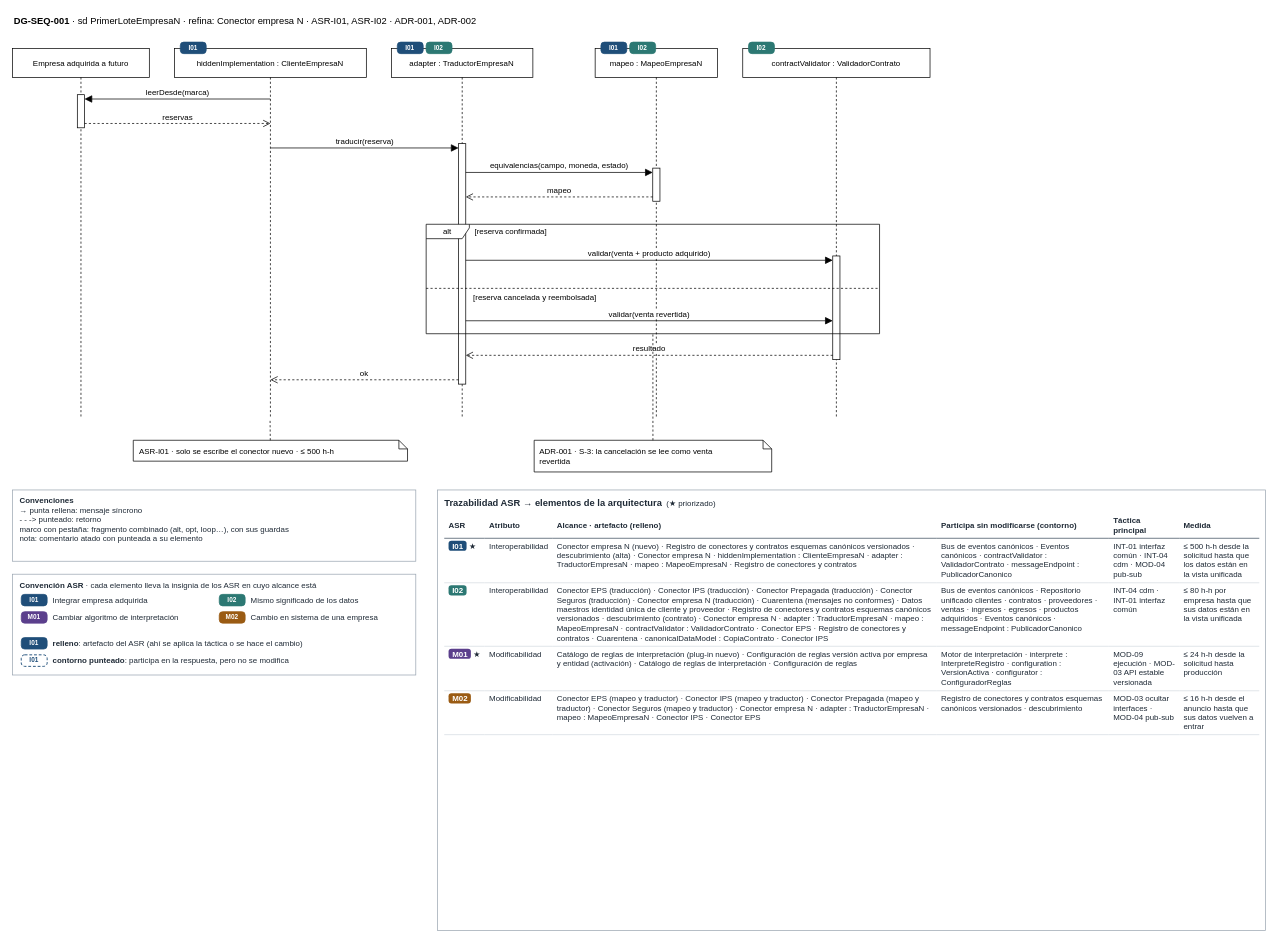
The draw.io diagram page "DG-SEQ-001 · Conector empresa N: el primer lote" (4 of 13) of docs/modelos/drawio/Reto3-Vista-Componentes.drawio in MATI-MBIT/arqsoft-reto-3, before the edit. Source tidied: cells renumbered, new cells numbered last; positions are measured from the earlier drawing's top-left corner, leaving out a move shared by most shapes. Both pictures are drawn from the tidied source at 72%, with x=0, y=0 at pixel (12, 12).
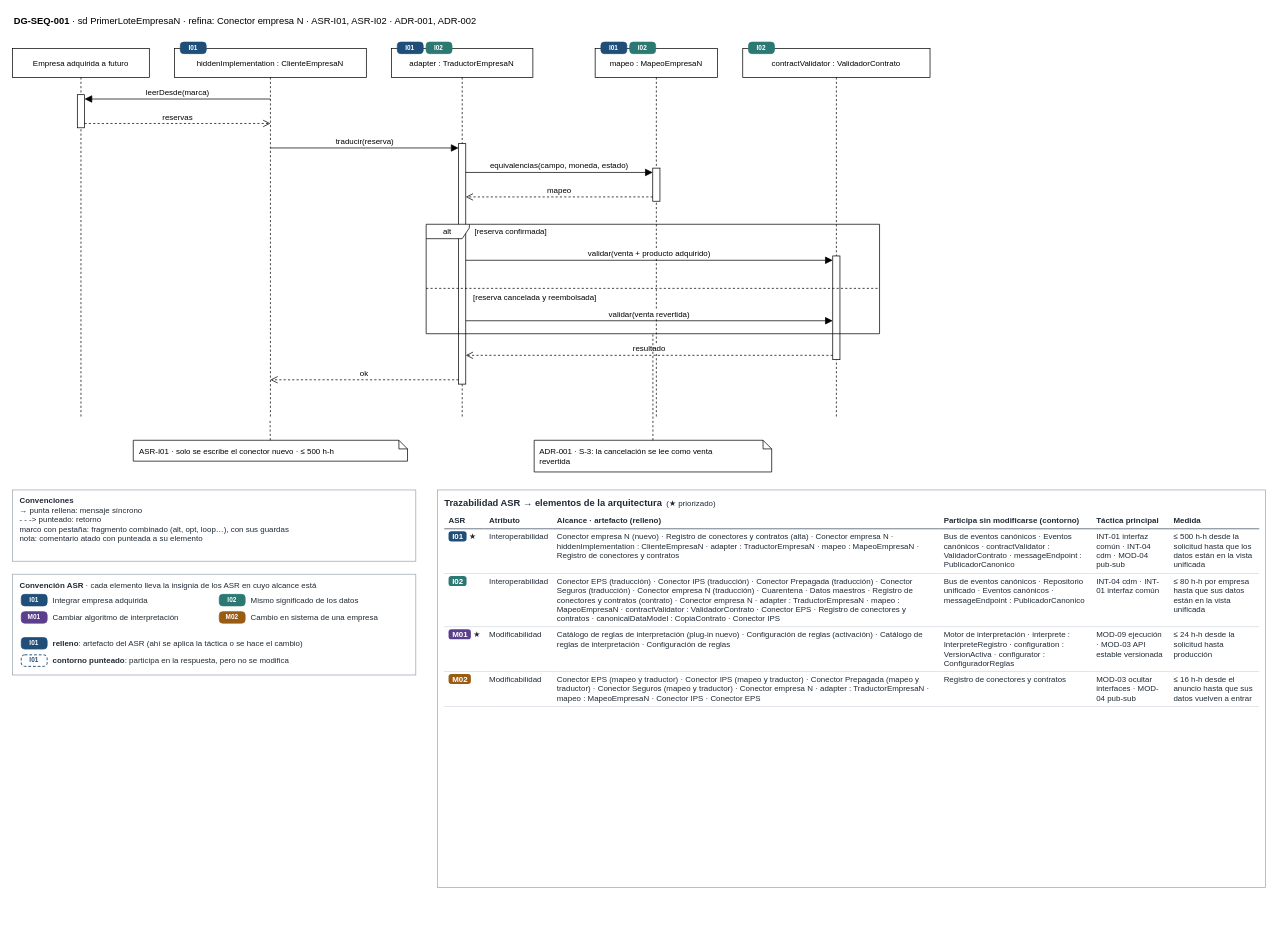
The same diagram, later.

What changed in the source:
```diff
@@
-    <mxCell id="49" value="&lt;b style=&quot;font-size:13px&quot;&gt;Trazabilidad ASR → elementos de la arquitectura&lt;/b&gt; &amp;nbsp;(★ priorizado)&lt;table style=&quot;border-collapse:collapse;width:100%;margin-top:6px;font-size:11px&quot;&gt;&lt;tr&gt;&lt;th style=&quot;border-bottom:1.5px solid #3B4B5C;text-align:left;padding:4px 6px&quot;&gt;ASR&lt;/th&gt;&lt;th style=&quot;border-bottom:1.5px solid #3B4B5C;text-align:left;padding:4px 6px&quot;&gt;Atributo&lt;/th&gt;&lt;th style=&quot;border-bottom:1.5px solid #3B4B5C;text-align:left;padding:4px 6px&quot;&gt;Alcance · artefacto (relleno)&lt;/th&gt;&lt;th style=&quot;border-bottom:1.5px solid #3B4B5C;text-align:left;padding:4px 6px&quot;&gt;Participa sin modificarse (contorno)&lt;/th&gt;&lt;th style=&quot;border-bottom:1.5px solid #3B4B5C;text-align:left;padding:4px 6px&quot;&gt;Táctica principal&lt;/th&gt;&lt;th style=&quot;border-bottom:1.5px solid #3B4B5C;text-align:left;padding:4px 6px&quot;&gt;Medida&lt;/th&gt;&lt;/tr&gt;&lt;tr&gt;&lt;td style=&quot;border-bottom:1px solid #D5DBE1;padding:4px 6px;vertical-align:top;white-space:nowrap&quot;&gt;&lt;span style=&quot;background:#1F4E79;color:#fff;font-weight:bold;padding:1px 5px;border-radius:4px&quot;&gt;I01&lt;/span&gt; ★&lt;/td&gt;&lt;td style=&quot;border-bottom:1px solid #D5DBE1;padding:4px 6px;vertical-align:top&quot;&gt;Interoperabilidad&lt;/td&gt;&lt;td style=&quot;border-bottom:1px solid #D5DBE1;padding:4px 6px;vertical-align:top&quot;&gt;Conector empresa N (nuevo) · Registro de conectores y contratos esquemas canónicos versionados · descubrimiento (alta) · Conector empresa N · hiddenImplementation : ClienteEmpresaN · adapter : TraductorEmpresaN · mapeo : MapeoEmpresaN · Registro de conectores y contratos&lt;/td&gt;&lt;td style=&quot;border-bottom:1px solid #D5DBE1;padding:4px 6px;vertical-align:top&quot;&gt;Bus de eventos canónicos · Eventos canónicos · contractValidator : ValidadorContrato · messageEndpoint : PublicadorCanonico&lt;/td&gt;&lt;td style=&quot;border-bottom:1px solid #D5DBE1;padding:4px 6px;vertical-align:top&quot;&gt;INT-01 interfaz común · INT-04 cdm · MOD-04 pub-sub&lt;/td&gt;&lt;td style=&quot;border-bottom:1px solid #D5DBE1;padding:4px 6px;vertical-align:top&quot;&gt;≤ 500 h-h desde la solicitud hasta que los datos están en la vista unificada&lt;/td&gt;&lt;/tr&gt;&lt;tr&gt;&lt;td style=&quot;border-bottom:1px solid #D5DBE1;padding:4px 6px;vertical-align:top;white-space:nowrap&quot;&gt;&lt;span style=&quot;background:#2C7873;color:#fff;font-weight:bold;padding:1px 5px;border-radius:4px&quot;&gt;I02&lt;/span&gt;&lt;/td&gt;&lt;td style=&quot;border-bottom:1px solid #D5DBE1;padding:4px 6px;vertical-align:top&quot;&gt;Interoperabilidad&lt;/td&gt;&lt;td style=&quot;border-bottom:1px solid #D5DBE1;padding:4px 6px;vertical-align:top&quot;&gt;Conector EPS (traducción) · Conector IPS (traducción) · Conector Prepagada (traducción) · Conector Seguros (traducción) · Conector empresa N (traducción) · Cuarentena (mensajes no conformes) · Datos maestros identidad única de cliente y proveedor · Registro de conectores y contratos esquemas canónicos versionados · descubrimiento (contrato) · Conector empresa N · adapter : TraductorEmpresaN · mapeo : MapeoEmpresaN · contractValidator : ValidadorContrato · Conector EPS · Registro de conectores y contratos · Cuarentena · canonicalDataModel : CopiaContrato · Conector IPS&lt;/td&gt;&lt;td style=&quot;border-bottom:1px solid #D5DBE1;padding:4px 6px;vertical-align:top&quot;&gt;Bus de eventos canónicos · Repositorio unificado clientes · contratos · proveedores · ventas · ingresos · egresos · productos adquiridos · Eventos canónicos · messageEndpoint : PublicadorCanonico&lt;/td&gt;&lt;td style=&quot;border-bottom:1px solid #D5DBE1;padding:4px 6px;vertical-align:top&quot;&gt;INT-04 cdm · INT-01 interfaz común&lt;/td&gt;&lt;td style=&quot;border-bottom:1px solid #D5DBE1;padding:4px 6px;vertical-align:top&quot;&gt;≤ 80 h-h por empresa hasta que sus datos están en la vista unificada&lt;/td&gt;&lt;/tr&gt;&lt;tr&gt;&lt;td style=&quot;border-bottom:1px solid #D5DBE1;padding:4px 6px;vertical-align:top;white-space:nowrap&quot;&gt;&lt;span style=&quot;background:#5B3F8C;color:#fff;font-weight:bold;padding:1px 5px;border-radius:4px&quot;&gt;M01&lt;/span&gt; ★&lt;/td&gt;&lt;td style=&quot;border-bottom:1px solid #D5DBE1;padding:4px 6px;vertical-align:top&quot;&gt;Modificabilidad&lt;/td&gt;&lt;td style=&quot;border-bottom:1px solid #D5DBE1;padding:4px 6px;vertical-align:top&quot;&gt;Catálogo de reglas de interpretación (plug-in nuevo) · Configuración de reglas versión activa por empresa y entidad (activación) · Catálogo de reglas de interpretación · Configuración de reglas&lt;/td&gt;&lt;td style=&quot;border-bottom:1px solid #D5DBE1;padding:4px 6px;vertical-align:top&quot;&gt;Motor de interpretación · interprete : InterpreteRegistro · configuration : VersionActiva · configurator : ConfiguradorReglas&lt;/td&gt;&lt;td style=&quot;border-bottom:1px solid #D5DBE1;padding:4px 6px;vertical-align:top&quot;&gt;MOD-09 ejecución · MOD-03 API estable versionada&lt;/td&gt;&lt;td style=&quot;border-bottom:1px solid #D5DBE1;padding:4px 6px;vertical-align:top&quot;&gt;≤ 24 h-h desde la solicitud hasta producción&lt;/td&gt;&lt;/tr&gt;&lt;tr&gt;&lt;td style=&quot;border-bottom:1px solid #D5DBE1;padding:4px 6px;vertical-align:top;white-space:nowrap&quot;&gt;&lt;span style=&quot;background:#9A5B13;color:#fff;font-weight:bold;padding:1px 5px;border-radius:4px&quot;&gt;M02&lt;/span&gt;&lt;/td&gt;&lt;td style=&quot;border-bottom:1px solid #D5DBE1;padding:4px 6px;vertical-align:top&quot;&gt;Modificabilidad&lt;/td&gt;&lt;td style=&quot;border-bottom:1px solid #D5DBE1;padding:4px 6px;vertical-align:top&quot;&gt;Conector EPS (mapeo y traductor) · Conector IPS (mapeo y traductor) · Conector Prepagada (mapeo y traductor) · Conector Seguros (mapeo y traductor) · Conector empresa N · adapter : TraductorEmpresaN · mapeo : MapeoEmpresaN · Conector IPS · Conector EPS&lt;/td&gt;&lt;td style=&quot;border-bottom:1px solid #D5DBE1;padding:4px 6px;vertical-align:top&quot;&gt;Registro de conectores y contratos esquemas canónicos versionados · descubrimiento&lt;/td&gt;&lt;td style=&quot;border-bottom:1px solid #D5DBE1;padding:4px 6px;vertical-align:top&quot;&gt;MOD-03 ocultar interfaces · MOD-04 pub-sub&lt;/td&gt;&lt;td style=&quot;border-bottom:1px solid #D5DBE1;padding:4px 6px;vertical-align:top&quot;&gt;≤ 16 h-h desde el anuncio hasta que sus datos vuelven a entrar&lt;/td&gt;&lt;/tr&gt;&lt;/table&gt;" style="text;rounded=0;whiteSpace=wrap;html=1;fillColor=#FFFFFF;strokeColor=#9AA5B1;align=left;verticalAlign=top;spacingLeft=8;spacingRight=8;spacingTop=4;fontFamily=Helvetica;fontSize=11;fontColor=#1F2A36;" parent="1" vertex="1">
-      <mxGeometry x="590" y="663" width="1150" height="612" as="geometry" />
+    <mxCell id="49" value="&lt;b style=&quot;font-size:13px&quot;&gt;Trazabilidad ASR → elementos de la arquitectura&lt;/b&gt; &amp;nbsp;(★ priorizado)&lt;table style=&quot;border-collapse:collapse;width:100%;margin-top:6px;font-size:11px&quot;&gt;&lt;tr&gt;&lt;th style=&quot;border-bottom:1.5px solid #3B4B5C;text-align:left;padding:4px 6px&quot;&gt;ASR&lt;/th&gt;&lt;th style=&quot;border-bottom:1.5px solid #3B4B5C;text-align:left;padding:4px 6px&quot;&gt;Atributo&lt;/th&gt;&lt;th style=&quot;border-bottom:1.5px solid #3B4B5C;text-align:left;padding:4px 6px&quot;&gt;Alcance · artefacto (relleno)&lt;/th&gt;&lt;th style=&quot;border-bottom:1.5px solid #3B4B5C;text-align:left;padding:4px 6px&quot;&gt;Participa sin modificarse (contorno)&lt;/th&gt;&lt;th style=&quot;border-bottom:1.5px solid #3B4B5C;text-align:left;padding:4px 6px&quot;&gt;Táctica principal&lt;/th&gt;&lt;th style=&quot;border-bottom:1.5px solid #3B4B5C;text-align:left;padding:4px 6px&quot;&gt;Medida&lt;/th&gt;&lt;/tr&gt;&lt;tr&gt;&lt;td style=&quot;border-bottom:1px solid #D5DBE1;padding:4px 6px;vertical-align:top;white-space:nowrap&quot;&gt;&lt;span style=&quot;background:#1F4E79;color:#fff;font-weight:bold;padding:1px 5px;border-radius:4px&quot;&gt;I01&lt;/span&gt; ★&lt;/td&gt;&lt;td style=&quot;border-bottom:1px solid #D5DBE1;padding:4px 6px;vertical-align:top&quot;&gt;Interoperabilidad&lt;/td&gt;&lt;td style=&quot;border-bottom:1px solid #D5DBE1;padding:4px 6px;vertical-align:top&quot;&gt;Conector empresa N (nuevo) · Registro de conectores y contratos (alta) · Conector empresa N · hiddenImplementation : ClienteEmpresaN · adapter : TraductorEmpresaN · mapeo : MapeoEmpresaN · Registro de conectores y contratos&lt;/td&gt;&lt;td style=&quot;border-bottom:1px solid #D5DBE1;padding:4px 6px;vertical-align:top&quot;&gt;Bus de eventos canónicos · Eventos canónicos · contractValidator : ValidadorContrato · messageEndpoint : PublicadorCanonico&lt;/td&gt;&lt;td style=&quot;border-bottom:1px solid #D5DBE1;padding:4px 6px;vertical-align:top&quot;&gt;INT-01 interfaz común · INT-04 cdm · MOD-04 pub-sub&lt;/td&gt;&lt;td style=&quot;border-bottom:1px solid #D5DBE1;padding:4px 6px;vertical-align:top&quot;&gt;≤ 500 h-h desde la solicitud hasta que los datos están en la vista unificada&lt;/td&gt;&lt;/tr&gt;&lt;tr&gt;&lt;td style=&quot;border-bottom:1px solid #D5DBE1;padding:4px 6px;vertical-align:top;white-space:nowrap&quot;&gt;&lt;span style=&quot;background:#2C7873;color:#fff;font-weight:bold;padding:1px 5px;border-radius:4px&quot;&gt;I02&lt;/span&gt;&lt;/td&gt;&lt;td style=&quot;border-bottom:1px solid #D5DBE1;padding:4px 6px;vertical-align:top&quot;&gt;Interoperabilidad&lt;/td&gt;&lt;td style=&quot;border-bottom:1px solid #D5DBE1;padding:4px 6px;vertical-align:top&quot;&gt;Conector EPS (traducción) · Conector IPS (traducción) · Conector Prepagada (traducción) · Conector Seguros (traducción) · Conector empresa N (traducción) · Cuarentena · Datos maestros · Registro de conectores y contratos (contrato) · Conector empresa N · adapter : TraductorEmpresaN · mapeo : MapeoEmpresaN · contractValidator : ValidadorContrato · Conector EPS · Registro de conectores y contratos · canonicalDataModel : CopiaContrato · Conector IPS&lt;/td&gt;&lt;td style=&quot;border-bottom:1px solid #D5DBE1;padding:4px 6px;vertical-align:top&quot;&gt;Bus de eventos canónicos · Repositorio unificado · Eventos canónicos · messageEndpoint : PublicadorCanonico&lt;/td&gt;&lt;td style=&quot;border-bottom:1px solid #D5DBE1;padding:4px 6px;vertical-align:top&quot;&gt;INT-04 cdm · INT-01 interfaz común&lt;/td&gt;&lt;td style=&quot;border-bottom:1px solid #D5DBE1;padding:4px 6px;vertical-align:top&quot;&gt;≤ 80 h-h por empresa hasta que sus datos están en la vista unificada&lt;/td&gt;&lt;/tr&gt;&lt;tr&gt;&lt;td style=&quot;border-bottom:1px solid #D5DBE1;padding:4px 6px;vertical-align:top;white-space:nowrap&quot;&gt;&lt;span style=&quot;background:#5B3F8C;color:#fff;font-weight:bold;padding:1px 5px;border-radius:4px&quot;&gt;M01&lt;/span&gt; ★&lt;/td&gt;&lt;td style=&quot;border-bottom:1px solid #D5DBE1;padding:4px 6px;vertical-align:top&quot;&gt;Modificabilidad&lt;/td&gt;&lt;td style=&quot;border-bottom:1px solid #D5DBE1;padding:4px 6px;vertical-align:top&quot;&gt;Catálogo de reglas de interpretación (plug-in nuevo) · Configuración de reglas (activación) · Catálogo de reglas de interpretación · Configuración de reglas&lt;/td&gt;&lt;td style=&quot;border-bottom:1px solid #D5DBE1;padding:4px 6px;vertical-align:top&quot;&gt;Motor de interpretación · interprete : InterpreteRegistro · configuration : VersionActiva · configurator : ConfiguradorReglas&lt;/td&gt;&lt;td style=&quot;border-bottom:1px solid #D5DBE1;padding:4px 6px;vertical-align:top&quot;&gt;MOD-09 ejecución · MOD-03 API estable versionada&lt;/td&gt;&lt;td style=&quot;border-bottom:1px solid #D5DBE1;padding:4px 6px;vertical-align:top&quot;&gt;≤ 24 h-h desde la solicitud hasta producción&lt;/td&gt;&lt;/tr&gt;&lt;tr&gt;&lt;td style=&quot;border-bottom:1px solid #D5DBE1;padding:4px 6px;vertical-align:top;white-space:nowrap&quot;&gt;&lt;span style=&quot;background:#9A5B13;color:#fff;font-weight:bold;padding:1px 5px;border-radius:4px&quot;&gt;M02&lt;/span&gt;&lt;/td&gt;&lt;td style=&quot;border-bottom:1px solid #D5DBE1;padding:4px 6px;vertical-align:top&quot;&gt;Modificabilidad&lt;/td&gt;&lt;td style=&quot;border-bottom:1px solid #D5DBE1;padding:4px 6px;vertical-align:top&quot;&gt;Conector EPS (mapeo y traductor) · Conector IPS (mapeo y traductor) · Conector Prepagada (mapeo y traductor) · Conector Seguros (mapeo y traductor) · Conector empresa N · adapter : TraductorEmpresaN · mapeo : MapeoEmpresaN · Conector IPS · Conector EPS&lt;/td&gt;&lt;td style=&quot;border-bottom:1px solid #D5DBE1;padding:4px 6px;vertical-align:top&quot;&gt;Registro de conectores y contratos&lt;/td&gt;&lt;td style=&quot;border-bottom:1px solid #D5DBE1;padding:4px 6px;vertical-align:top&quot;&gt;MOD-03 ocultar interfaces · MOD-04 pub-sub&lt;/td&gt;&lt;td style=&quot;border-bottom:1px solid #D5DBE1;padding:4px 6px;vertical-align:top&quot;&gt;≤ 16 h-h desde el anuncio hasta que sus datos vuelven a entrar&lt;/td&gt;&lt;/tr&gt;&lt;/table&gt;" style="text;rounded=0;whiteSpace=wrap;html=1;fillColor=#FFFFFF;strokeColor=#9AA5B1;align=left;verticalAlign=top;spacingLeft=8;spacingRight=8;spacingTop=4;fontFamily=Helvetica;fontSize=11;fontColor=#1F2A36;" parent="1" vertex="1">
+      <mxGeometry x="590" y="663" width="1150" height="552" as="geometry" />
     </mxCell>
```
